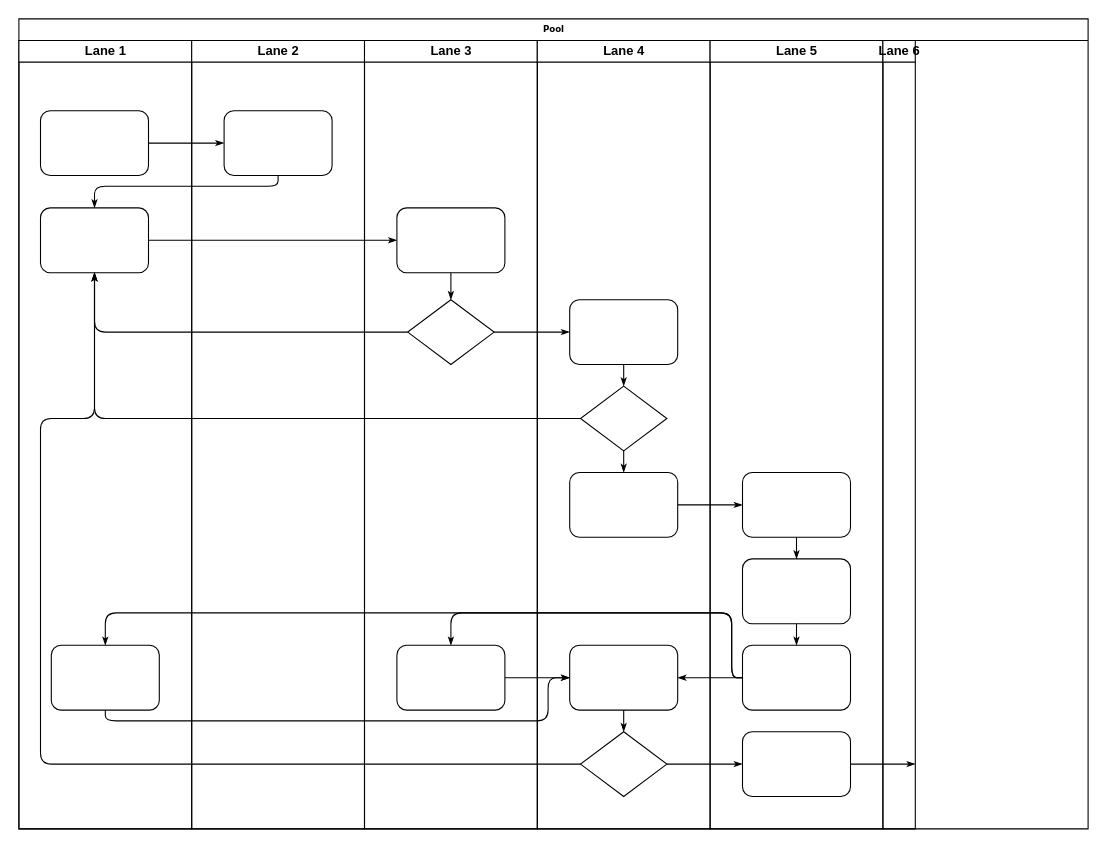
Earlier version of the draw.io diagram Untitled Diagram.drawio (12li-wei/autosar-adaptive). Source tidied: cells renumbered, new cells numbered last; positions are measured from the earlier drawing's top-left corner, leaving out a move shared by most shapes. Both pictures are drawn from the tidied source at 108%, with x=0, y=0 at pixel (18, 18).
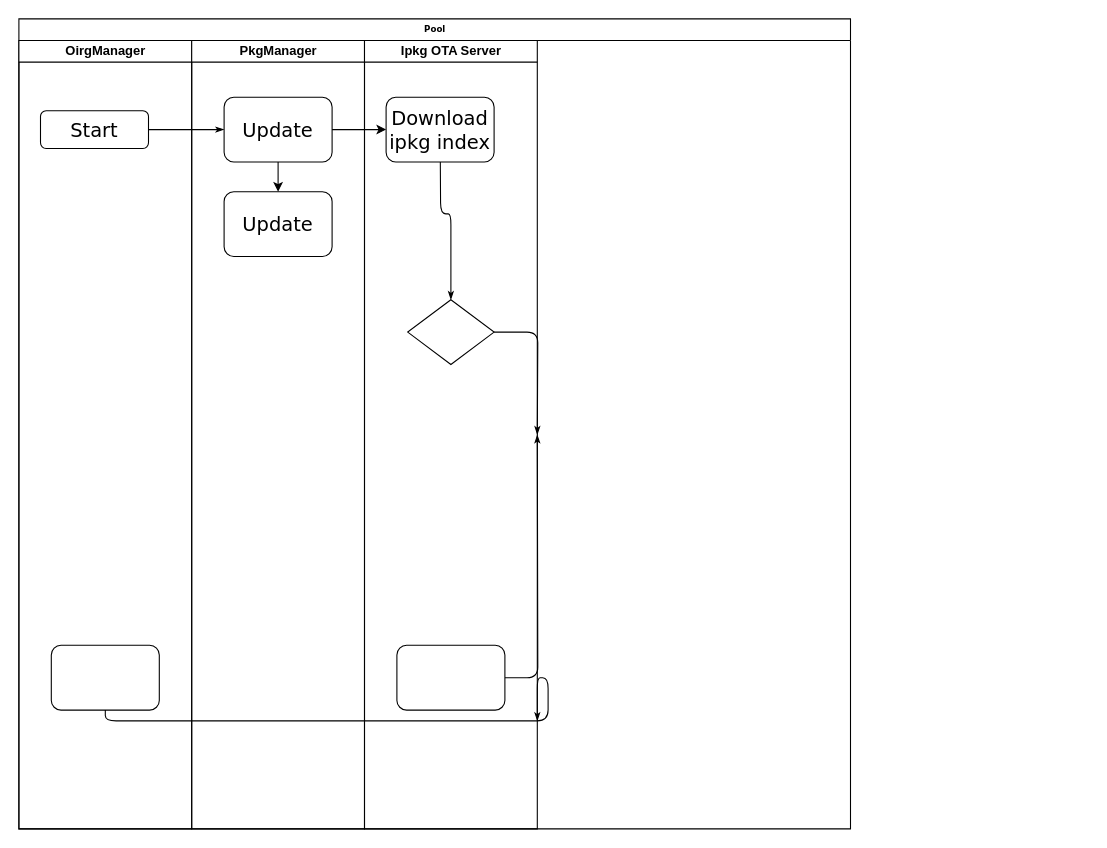
After the change.

Commit message:
update flowchart for PkgManager

Unchanged cells that the change refers to:
```xml
<mxCell id="6" style="rounded=1;whiteSpace=wrap;html=1;shadow=0;labelBackgroundColor=none;strokeWidth=1;fontFamily=Verdana;fontSize=8;align=center;" parent="3" vertex="1">
  <mxGeometry x="30" y="560" width="100" height="60" as="geometry" />
</mxCell>
<mxCell id="26" style="rhombus;whiteSpace=wrap;html=1;rounded=0;shadow=0;labelBackgroundColor=none;strokeWidth=1;fontFamily=Verdana;fontSize=8;align=center;" parent="24" vertex="1">
  <mxGeometry x="40" y="240" width="80" height="60" as="geometry" />
</mxCell>
<mxCell id="27" style="rounded=1;whiteSpace=wrap;html=1;shadow=0;labelBackgroundColor=none;strokeWidth=1;fontFamily=Verdana;fontSize=8;align=center;" parent="24" vertex="1">
  <mxGeometry x="30" y="560" width="100" height="60" as="geometry" />
</mxCell>
```

Diff of the diagram source:
```diff
@@
     <mxCell id="2" value="Pool" style="swimlane;html=1;startSize=20;rounded=0;shadow=0;labelBackgroundColor=none;strokeWidth=1;fontFamily=Verdana;fontSize=8;align=center;" parent="1" vertex="1">
-      <mxGeometry width="990" height="750" as="geometry" />
+      <mxGeometry width="770" height="750" as="geometry" />
     </mxCell>
-    <mxCell id="3" value="Lane 1" style="swimlane;html=1;startSize=20;" parent="2" vertex="1">
+    <mxCell id="3" value="OirgManager" style="swimlane;html=1;startSize=20;" parent="2" vertex="1">
       <mxGeometry y="20" width="160" height="730" as="geometry" />
     </mxCell>
-    <mxCell id="4" style="rounded=1;whiteSpace=wrap;html=1;shadow=0;labelBackgroundColor=none;strokeWidth=1;fontFamily=Verdana;fontSize=8;align=center;" parent="3" vertex="1">
-      <mxGeometry x="20" y="65" width="100" height="60" as="geometry" />
+    <mxCell id="4" value="&lt;span style=&quot;font-size: 18px&quot;&gt;Start&lt;/span&gt;" style="rounded=1;whiteSpace=wrap;html=1;shadow=0;labelBackgroundColor=none;strokeWidth=1;fontFamily=Verdana;fontSize=8;align=center;" parent="3" vertex="1">
+      <mxGeometry x="20" y="65" width="100" height="35" as="geometry" />
     </mxCell>
-    <mxCell id="5" style="rounded=1;whiteSpace=wrap;html=1;shadow=0;labelBackgroundColor=none;strokeWidth=1;fontFamily=Verdana;fontSize=8;align=center;" parent="3" vertex="1">
-      <mxGeometry x="20" y="155" width="100" height="60" as="geometry" />
-    </mxCell>
@@
+    <mxCell id="46" style="edgeStyle=orthogonalEdgeStyle;rounded=0;orthogonalLoop=1;jettySize=auto;html=1;exitX=0.5;exitY=1;exitDx=0;exitDy=0;" parent="3" edge="1" source="4" target="4">
+      <mxGeometry relative="1" as="geometry" />
+    </mxCell>
@@
-    <mxCell id="8" style="edgeStyle=orthogonalEdgeStyle;rounded=1;html=1;labelBackgroundColor=none;startArrow=none;startFill=0;startSize=5;endArrow=classicThin;endFill=1;endSize=5;jettySize=auto;strokeWidth=1;fontFamily=Verdana;fontSize=8;" parent="2" edge="1" source="23" target="5">
-      <mxGeometry relative="1" as="geometry">
-        <Array as="points">
-          <mxPoint x="240" y="155" />
-          <mxPoint x="70" y="155" />
-        </Array>
-      </mxGeometry>
-    </mxCell>
-    <mxCell id="9" style="edgeStyle=orthogonalEdgeStyle;rounded=1;html=1;labelBackgroundColor=none;startArrow=none;startFill=0;startSize=5;endArrow=classicThin;endFill=1;endSize=5;jettySize=auto;strokeWidth=1;fontFamily=Verdana;fontSize=8;" parent="2" edge="1" source="5" target="25">
-      <mxGeometry relative="1" as="geometry" />
-    </mxCell>
-    <mxCell id="10" style="edgeStyle=orthogonalEdgeStyle;rounded=1;html=1;labelBackgroundColor=none;startArrow=none;startFill=0;startSize=5;endArrow=classicThin;endFill=1;endSize=5;jettySize=auto;strokeWidth=1;fontFamily=Verdana;fontSize=8;" parent="2" edge="1" source="26" target="5">
-      <mxGeometry relative="1" as="geometry" />
-    </mxCell>
-    <mxCell id="11" style="edgeStyle=orthogonalEdgeStyle;rounded=1;html=1;labelBackgroundColor=none;startArrow=none;startFill=0;startSize=5;endArrow=classicThin;endFill=1;endSize=5;jettySize=auto;strokeWidth=1;fontFamily=Verdana;fontSize=8;" parent="2" edge="1" source="31" target="5">
-      <mxGeometry relative="1" as="geometry" />
-    </mxCell>
-    <mxCell id="12" style="edgeStyle=orthogonalEdgeStyle;rounded=1;html=1;labelBackgroundColor=none;startArrow=none;startFill=0;startSize=5;endArrow=classicThin;endFill=1;endSize=5;jettySize=auto;strokeWidth=1;fontFamily=Verdana;fontSize=8;" parent="2" edge="1" source="34" target="5">
-      <mxGeometry relative="1" as="geometry">
-        <Array as="points">
-          <mxPoint x="20" y="690" />
-          <mxPoint x="20" y="370" />
-          <mxPoint x="70" y="370" />
-        </Array>
-      </mxGeometry>
-    </mxCell>
-    <mxCell id="13" style="edgeStyle=orthogonalEdgeStyle;rounded=1;html=1;labelBackgroundColor=none;startArrow=none;startFill=0;startSize=5;endArrow=classicThin;endFill=1;endSize=5;jettySize=auto;strokeWidth=1;fontFamily=Verdana;fontSize=8;" parent="2" edge="1" source="26" target="30">
-      <mxGeometry relative="1" as="geometry" />
+    <mxCell id="13" style="edgeStyle=orthogonalEdgeStyle;rounded=1;html=1;labelBackgroundColor=none;startArrow=none;startFill=0;startSize=5;endArrow=classicThin;endFill=1;endSize=5;jettySize=auto;strokeWidth=1;fontFamily=Verdana;fontSize=8;" parent="2" edge="1" source="26">
+      <mxGeometry relative="1" as="geometry">
+        <mxPoint x="480" y="385" as="targetPoint" />
+      </mxGeometry>
     </mxCell>
-    <mxCell id="14" style="edgeStyle=orthogonalEdgeStyle;rounded=1;html=1;labelBackgroundColor=none;startArrow=none;startFill=0;startSize=5;endArrow=classicThin;endFill=1;endSize=5;jettySize=auto;strokeWidth=1;fontFamily=Verdana;fontSize=8;" parent="2" edge="1" source="34" target="42">
-      <mxGeometry relative="1" as="geometry" />
-    </mxCell>
-    <mxCell id="15" style="edgeStyle=orthogonalEdgeStyle;rounded=1;html=1;labelBackgroundColor=none;startArrow=none;startFill=0;startSize=5;endArrow=classicThin;endFill=1;endSize=5;jettySize=auto;strokeWidth=1;fontFamily=Verdana;fontSize=8;" parent="2" edge="1" source="42">
-      <mxGeometry relative="1" as="geometry">
-        <mxPoint x="830" y="690" as="targetPoint" />
-      </mxGeometry>
-    </mxCell>
-    <mxCell id="16" style="edgeStyle=orthogonalEdgeStyle;rounded=1;html=1;labelBackgroundColor=none;startArrow=none;startFill=0;startSize=5;endArrow=classicThin;endFill=1;endSize=5;jettySize=auto;strokeWidth=1;fontFamily=Verdana;fontSize=8;" parent="2" edge="1" source="32" target="39">
-      <mxGeometry relative="1" as="geometry" />
-    </mxCell>
-    <mxCell id="17" style="edgeStyle=orthogonalEdgeStyle;rounded=1;html=1;labelBackgroundColor=none;startArrow=none;startFill=0;startSize=5;endArrow=classicThin;endFill=1;endSize=5;jettySize=auto;strokeWidth=1;fontFamily=Verdana;fontSize=8;" parent="2" edge="1" source="41" target="27">
-      <mxGeometry relative="1" as="geometry">
-        <Array as="points">
-          <mxPoint x="660" y="610" />
-          <mxPoint x="660" y="550" />
-          <mxPoint x="400" y="550" />
-        </Array>
-      </mxGeometry>
-    </mxCell>
-    <mxCell id="18" style="edgeStyle=orthogonalEdgeStyle;rounded=1;html=1;labelBackgroundColor=none;startArrow=none;startFill=0;startSize=5;endArrow=classicThin;endFill=1;endSize=5;jettySize=auto;strokeColor=#000000;strokeWidth=1;fontFamily=Verdana;fontSize=8;fontColor=#000000;" parent="2" edge="1" source="41" target="33">
-      <mxGeometry relative="1" as="geometry" />
-    </mxCell>
-    <mxCell id="19" style="edgeStyle=orthogonalEdgeStyle;rounded=1;html=1;labelBackgroundColor=none;startArrow=none;startFill=0;startSize=5;endArrow=classicThin;endFill=1;endSize=5;jettySize=auto;strokeWidth=1;fontFamily=Verdana;fontSize=8;" parent="2" edge="1" source="41" target="6">
-      <mxGeometry relative="1" as="geometry">
-        <Array as="points">
-          <mxPoint x="660" y="610" />
-          <mxPoint x="660" y="550" />
-          <mxPoint x="80" y="550" />
-        </Array>
-      </mxGeometry>
-    </mxCell>
-    <mxCell id="20" style="edgeStyle=orthogonalEdgeStyle;rounded=1;html=1;labelBackgroundColor=none;startArrow=none;startFill=0;startSize=5;endArrow=classicThin;endFill=1;endSize=5;jettySize=auto;strokeWidth=1;fontFamily=Verdana;fontSize=8;" parent="2" edge="1" source="6" target="33">
+    <mxCell id="20" style="edgeStyle=orthogonalEdgeStyle;rounded=1;html=1;labelBackgroundColor=none;startArrow=none;startFill=0;startSize=5;endArrow=classicThin;endFill=1;endSize=5;jettySize=auto;strokeWidth=1;fontFamily=Verdana;fontSize=8;" parent="2" edge="1" source="6">
       <mxGeometry relative="1" as="geometry">
+        <mxPoint x="480" y="650" as="targetPoint" />
         <Array as="points">
           <mxPoint x="80" y="650" />
           <mxPoint x="490" y="650" />
           <mxPoint x="490" y="610" />
         </Array>
       </mxGeometry>
     </mxCell>
-    <mxCell id="21" style="edgeStyle=orthogonalEdgeStyle;rounded=1;html=1;labelBackgroundColor=none;startArrow=none;startFill=0;startSize=5;endArrow=classicThin;endFill=1;endSize=5;jettySize=auto;strokeWidth=1;fontFamily=Verdana;fontSize=8;" parent="2" edge="1" source="27" target="33">
-      <mxGeometry relative="1" as="geometry" />
+    <mxCell id="21" style="edgeStyle=orthogonalEdgeStyle;rounded=1;html=1;labelBackgroundColor=none;startArrow=none;startFill=0;startSize=5;endArrow=classicThin;endFill=1;endSize=5;jettySize=auto;strokeWidth=1;fontFamily=Verdana;fontSize=8;" parent="2" edge="1" source="27">
+      <mxGeometry relative="1" as="geometry">
+        <mxPoint x="480" y="385" as="targetPoint" />
+      </mxGeometry>
     </mxCell>
-    <mxCell id="22" value="Lane 2" style="swimlane;html=1;startSize=20;" parent="2" vertex="1">
+    <mxCell id="22" value="PkgManager" style="swimlane;html=1;startSize=20;" parent="2" vertex="1">
       <mxGeometry x="160" y="20" width="160" height="730" as="geometry" />
     </mxCell>
-    <mxCell id="23" style="rounded=1;whiteSpace=wrap;html=1;shadow=0;labelBackgroundColor=none;strokeWidth=1;fontFamily=Verdana;fontSize=8;align=center;" parent="22" vertex="1">
-      <mxGeometry x="30" y="65" width="100" height="60" as="geometry" />
+    <mxCell id="23" value="&lt;span style=&quot;font-size: 18px&quot;&gt;Update&lt;/span&gt;" style="rounded=1;whiteSpace=wrap;html=1;shadow=0;labelBackgroundColor=none;strokeWidth=1;fontFamily=Verdana;fontSize=8;align=center;" parent="22" vertex="1">
+      <mxGeometry x="30" y="52.5" width="100" height="60" as="geometry" />
     </mxCell>
+    <mxCell id="47" value="&lt;span style=&quot;font-size: 18px&quot;&gt;Update&lt;/span&gt;" style="rounded=1;whiteSpace=wrap;html=1;shadow=0;labelBackgroundColor=none;strokeWidth=1;fontFamily=Verdana;fontSize=8;align=center;" parent="22" vertex="1">
+      <mxGeometry x="30" y="140" width="100" height="60" as="geometry" />
+    </mxCell>
+    <mxCell id="48" style="edgeStyle=orthogonalEdgeStyle;rounded=0;jettySize=auto;html=1;" parent="22" edge="1" source="23" target="47">
+      <mxGeometry relative="1" as="geometry" />
+    </mxCell>
-    <mxCell id="24" value="Lane 3" style="swimlane;html=1;startSize=20;" parent="2" vertex="1">
+    <mxCell id="24" value="Ipkg OTA Server" style="swimlane;html=1;startSize=20;" parent="2" vertex="1">
       <mxGeometry x="320" y="20" width="160" height="730" as="geometry" />
     </mxCell>
-    <mxCell id="25" style="rounded=1;whiteSpace=wrap;html=1;shadow=0;labelBackgroundColor=none;strokeWidth=1;fontFamily=Verdana;fontSize=8;align=center;" parent="24" vertex="1">
-      <mxGeometry x="30" y="155" width="100" height="60" as="geometry" />
-    </mxCell>
@@
-    <mxCell id="28" style="edgeStyle=orthogonalEdgeStyle;rounded=1;html=1;labelBackgroundColor=none;startArrow=none;startFill=0;startSize=5;endArrow=classicThin;endFill=1;endSize=5;jettySize=auto;strokeWidth=1;fontFamily=Verdana;fontSize=8;" parent="24" edge="1" source="25" target="26">
-      <mxGeometry relative="1" as="geometry" />
+    <mxCell id="28" style="edgeStyle=orthogonalEdgeStyle;rounded=1;html=1;labelBackgroundColor=none;startArrow=none;startFill=0;startSize=5;endArrow=classicThin;endFill=1;endSize=5;jettySize=auto;strokeWidth=1;fontFamily=Verdana;fontSize=8;" parent="24" edge="1" target="26">
+      <mxGeometry relative="1" as="geometry">
+        <mxPoint x="70" y="80" as="sourcePoint" />
+      </mxGeometry>
     </mxCell>
-    <mxCell id="29" value="Lane 4" style="swimlane;html=1;startSize=20;" parent="2" vertex="1">
-      <mxGeometry x="480" y="20" width="160" height="730" as="geometry" />
-    </mxCell>
-    <mxCell id="30" style="rounded=1;whiteSpace=wrap;html=1;shadow=0;labelBackgroundColor=none;strokeWidth=1;fontFamily=Verdana;fontSize=8;align=center;" parent="29" vertex="1">
-      <mxGeometry x="30" y="240" width="100" height="60" as="geometry" />
-    </mxCell>
-    <mxCell id="31" style="rhombus;whiteSpace=wrap;html=1;rounded=0;shadow=0;labelBackgroundColor=none;strokeWidth=1;fontFamily=Verdana;fontSize=8;align=center;" parent="29" vertex="1">
-      <mxGeometry x="40" y="320" width="80" height="60" as="geometry" />
-    </mxCell>
-    <mxCell id="32" style="rounded=1;whiteSpace=wrap;html=1;shadow=0;labelBackgroundColor=none;strokeWidth=1;fontFamily=Verdana;fontSize=8;align=center;" parent="29" vertex="1">
-      <mxGeometry x="30" y="400" width="100" height="60" as="geometry" />
-    </mxCell>
-    <mxCell id="33" style="rounded=1;whiteSpace=wrap;html=1;shadow=0;labelBackgroundColor=none;strokeWidth=1;fontFamily=Verdana;fontSize=8;align=center;" parent="29" vertex="1">
-      <mxGeometry x="30" y="560" width="100" height="60" as="geometry" />
-    </mxCell>
-    <mxCell id="34" style="rhombus;whiteSpace=wrap;html=1;rounded=0;shadow=0;labelBackgroundColor=none;strokeWidth=1;fontFamily=Verdana;fontSize=8;align=center;" parent="29" vertex="1">
-      <mxGeometry x="40" y="640" width="80" height="60" as="geometry" />
-    </mxCell>
-    <mxCell id="35" style="edgeStyle=orthogonalEdgeStyle;rounded=1;html=1;labelBackgroundColor=none;startArrow=none;startFill=0;startSize=5;endArrow=classicThin;endFill=1;endSize=5;jettySize=auto;strokeColor=#000000;strokeWidth=1;fontFamily=Verdana;fontSize=8;fontColor=#000000;" parent="29" edge="1" source="30" target="31">
-      <mxGeometry relative="1" as="geometry" />
-    </mxCell>
-    <mxCell id="36" style="edgeStyle=orthogonalEdgeStyle;rounded=1;html=1;labelBackgroundColor=none;startArrow=none;startFill=0;startSize=5;endArrow=classicThin;endFill=1;endSize=5;jettySize=auto;strokeWidth=1;fontFamily=Verdana;fontSize=8;" parent="29" edge="1" source="31" target="32">
-      <mxGeometry relative="1" as="geometry" />
-    </mxCell>
-    <mxCell id="37" style="edgeStyle=orthogonalEdgeStyle;rounded=1;html=1;labelBackgroundColor=none;startArrow=none;startFill=0;startSize=5;endArrow=classicThin;endFill=1;endSize=5;jettySize=auto;strokeWidth=1;fontFamily=Verdana;fontSize=8;" parent="29" edge="1" source="33" target="34">
-      <mxGeometry relative="1" as="geometry" />
-    </mxCell>
-    <mxCell id="38" value="Lane 5" style="swimlane;html=1;startSize=20;" parent="2" vertex="1">
-      <mxGeometry x="640" y="20" width="160" height="730" as="geometry" />
-    </mxCell>
-    <mxCell id="39" style="rounded=1;whiteSpace=wrap;html=1;shadow=0;labelBackgroundColor=none;strokeWidth=1;fontFamily=Verdana;fontSize=8;align=center;" parent="38" vertex="1">
-      <mxGeometry x="30" y="400" width="100" height="60" as="geometry" />
-    </mxCell>
-    <mxCell id="40" style="rounded=1;whiteSpace=wrap;html=1;shadow=0;labelBackgroundColor=none;strokeWidth=1;fontFamily=Verdana;fontSize=8;align=center;" parent="38" vertex="1">
-      <mxGeometry x="30" y="480" width="100" height="60" as="geometry" />
-    </mxCell>
-    <mxCell id="41" style="rounded=1;whiteSpace=wrap;html=1;shadow=0;labelBackgroundColor=none;strokeWidth=1;fontFamily=Verdana;fontSize=8;align=center;" parent="38" vertex="1">
-      <mxGeometry x="30" y="560" width="100" height="60" as="geometry" />
-    </mxCell>
-    <mxCell id="42" style="rounded=1;whiteSpace=wrap;html=1;shadow=0;labelBackgroundColor=none;strokeWidth=1;fontFamily=Verdana;fontSize=8;align=center;" parent="38" vertex="1">
-      <mxGeometry x="30" y="640" width="100" height="60" as="geometry" />
-    </mxCell>
-    <mxCell id="43" style="edgeStyle=orthogonalEdgeStyle;rounded=1;html=1;labelBackgroundColor=none;startArrow=none;startFill=0;startSize=5;endArrow=classicThin;endFill=1;endSize=5;jettySize=auto;strokeWidth=1;fontFamily=Verdana;fontSize=8;" parent="38" edge="1" source="39" target="40">
-      <mxGeometry relative="1" as="geometry" />
-    </mxCell>
-    <mxCell id="44" style="edgeStyle=orthogonalEdgeStyle;rounded=1;html=1;labelBackgroundColor=none;startArrow=none;startFill=0;startSize=5;endArrow=classicThin;endFill=1;endSize=5;jettySize=auto;strokeWidth=1;fontFamily=Verdana;fontSize=8;" parent="38" edge="1" source="40" target="41">
-      <mxGeometry relative="1" as="geometry" />
-    </mxCell>
-    <mxCell id="45" value="Lane 6" style="swimlane;html=1;startSize=20;" parent="2" vertex="1" collapsed="1">
-      <mxGeometry x="800" y="20" width="30" height="730" as="geometry" />
-    </mxCell>
+    <mxCell id="49" value="&lt;span style=&quot;font-size: 18px&quot;&gt;Download&lt;br&gt;ipkg index&lt;br&gt;&lt;/span&gt;" style="rounded=1;whiteSpace=wrap;html=1;shadow=0;labelBackgroundColor=none;strokeWidth=1;fontFamily=Verdana;fontSize=8;align=center;" parent="24" vertex="1">
+      <mxGeometry x="20" y="52.5" width="100" height="60" as="geometry" />
+    </mxCell>
+    <mxCell id="50" style="edgeStyle=orthogonalEdgeStyle;rounded=0;jettySize=auto;html=1;" parent="2" edge="1" source="23" target="49">
+      <mxGeometry relative="1" as="geometry" />
+    </mxCell>
```
